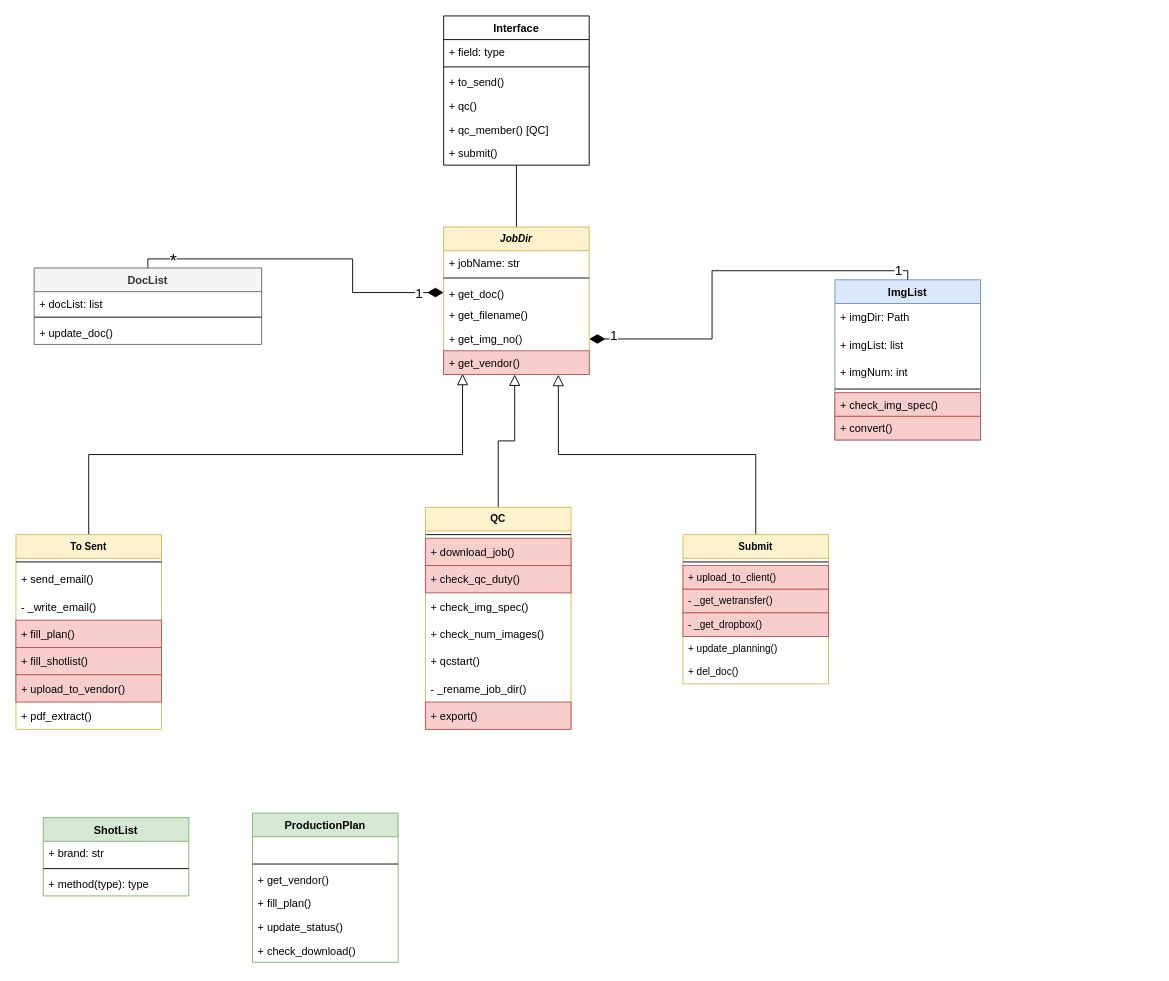
The draw.io diagram page "Class Diagram" (1 of 2) of python/IHS Class Diagram.drawio in pugtooone/IHS, before the edit. Source tidied: cells renumbered, new cells numbered last; positions are measured from the earlier drawing's top-left corner, leaving out a move shared by most shapes. Both pictures are drawn from the tidied source at 91%, with x=0, y=0 at pixel (15, 15).
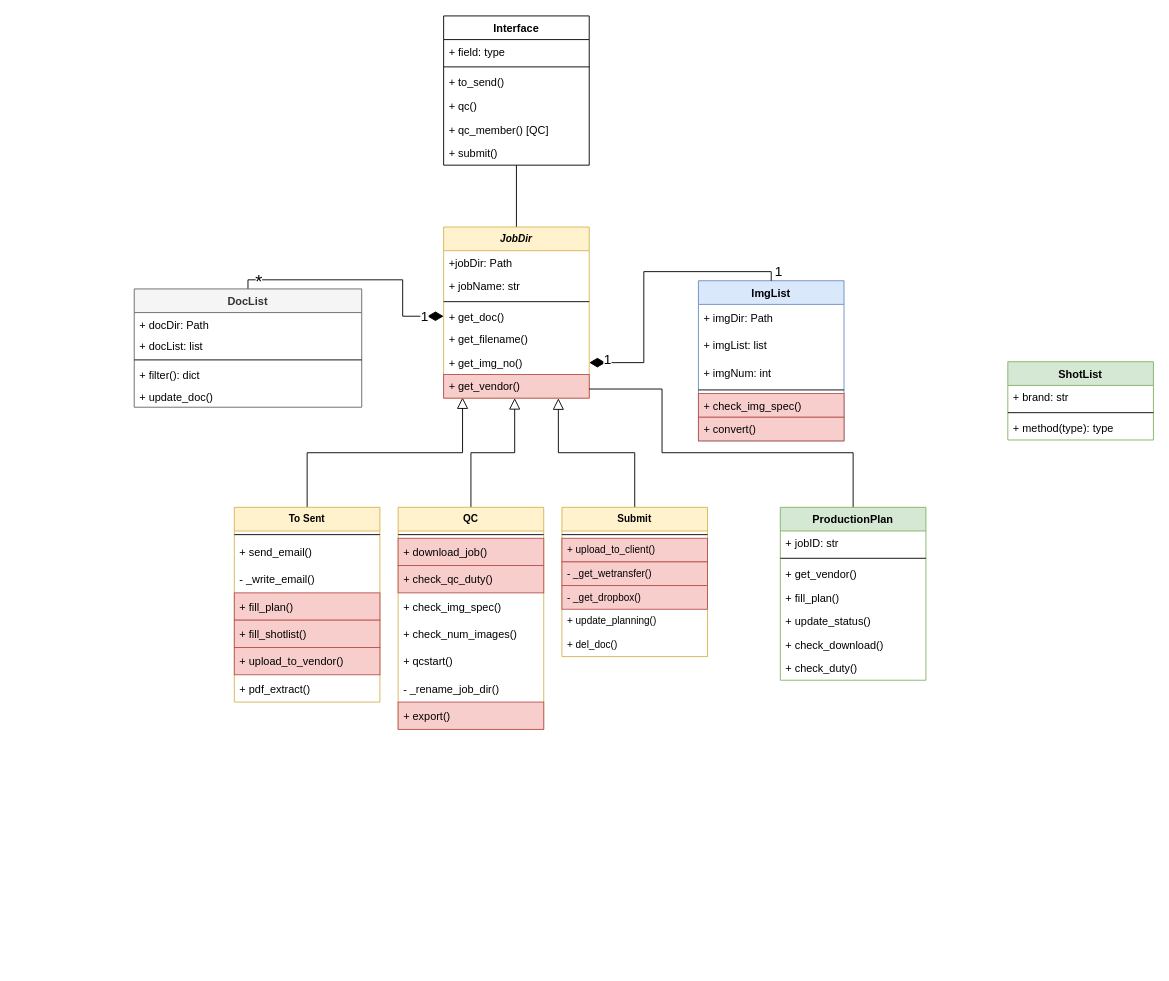
Above is the later version.

The edit, as a diff of the source:
```diff
@@
     <mxCell id="5" value="DocList" style="swimlane;fontStyle=1;align=center;verticalAlign=top;horizontal=1;startSize=26;fillColor=#f5f5f5;strokeColor=#666666;fontColor=#333333;" parent="1" vertex="1">
-      <mxGeometry x="20" y="277" width="250" height="84" as="geometry" />
+      <mxGeometry x="130" y="300" width="250" height="130" as="geometry" />
     </mxCell>
+    <mxCell id="72" value="+ docDir: Path" style="text;strokeColor=none;fillColor=none;align=left;verticalAlign=top;spacingLeft=4;spacingRight=4;overflow=hidden;" parent="5" vertex="1">
+      <mxGeometry y="26" width="250" height="24" as="geometry" />
+    </mxCell>
     <mxCell id="6" value="+ docList: list" style="text;strokeColor=none;fillColor=none;align=left;verticalAlign=top;spacingLeft=4;spacingRight=4;overflow=hidden;" parent="5" vertex="1">
-      <mxGeometry y="26" width="250" height="24" as="geometry" />
+      <mxGeometry y="50" width="250" height="24" as="geometry" />
     </mxCell>
     <mxCell id="7" style="line;strokeWidth=1;fillColor=none;align=left;verticalAlign=middle;spacingTop=-1;spacingLeft=3;spacingRight=3;labelPosition=right;" parent="5" vertex="1">
-      <mxGeometry y="50" width="250" height="8" as="geometry" />
+      <mxGeometry y="74" width="250" height="8" as="geometry" />
     </mxCell>
+    <mxCell id="73" value="+ filter(): dict" style="text;strokeColor=none;fillColor=none;align=left;verticalAlign=top;spacingLeft=4;spacingRight=4;overflow=hidden;" parent="5" vertex="1">
+      <mxGeometry y="82" width="250" height="24" as="geometry" />
+    </mxCell>
     <mxCell id="8" value="+ update_doc()" style="text;strokeColor=none;fillColor=none;align=left;verticalAlign=top;spacingLeft=4;spacingRight=4;overflow=hidden;" parent="5" vertex="1">
-      <mxGeometry y="58" width="250" height="26" as="geometry" />
+      <mxGeometry y="106" width="250" height="24" as="geometry" />
     </mxCell>
     <mxCell id="9" value="ImgList" style="swimlane;fontStyle=1;align=center;verticalAlign=top;horizontal=1;startSize=26;fillColor=#dae8fc;strokeColor=#6c8ebf;" parent="1" vertex="1">
-      <mxGeometry x="900" y="290" width="160" height="176" as="geometry" />
+      <mxGeometry x="750" y="291" width="160" height="176" as="geometry" />
     </mxCell>
@@
     <mxCell id="17" value="QC" style="swimlane;fontStyle=1;align=center;verticalAlign=top;horizontal=1;startSize=26;fontSize=11;fillColor=#fff2cc;strokeColor=#d6b656;" parent="1" vertex="1">
-      <mxGeometry x="450" y="540" width="160" height="244" as="geometry" />
+      <mxGeometry x="420" y="540" width="160" height="244" as="geometry" />
     </mxCell>
@@
     <mxCell id="27" value="To Sent" style="swimlane;fontStyle=1;align=center;verticalAlign=top;horizontal=1;startSize=26;fontSize=11;fillColor=#fff2cc;strokeColor=#d6b656;" parent="1" vertex="1">
-      <mxGeometry y="570" width="160" height="214" as="geometry" />
+      <mxGeometry x="240" y="540" width="160" height="214" as="geometry" />
     </mxCell>
@@
     <mxCell id="36" value="JobDir" style="swimlane;fontStyle=3;align=center;verticalAlign=top;horizontal=1;startSize=26;fontSize=11;fillColor=#fff2cc;strokeColor=#d6b656;" parent="1" vertex="1">
-      <mxGeometry x="470" y="232" width="160" height="162" as="geometry" />
+      <mxGeometry x="470" y="232" width="160" height="188" as="geometry" />
     </mxCell>
+    <mxCell id="74" value="+jobDir: Path" style="text;strokeColor=none;fillColor=none;align=left;verticalAlign=top;spacingLeft=4;spacingRight=4;overflow=hidden;fontSize=12;" parent="36" vertex="1">
+      <mxGeometry y="26" width="160" height="26" as="geometry" />
+    </mxCell>
     <mxCell id="37" value="+ jobName: str" style="text;strokeColor=none;fillColor=none;align=left;verticalAlign=top;spacingLeft=4;spacingRight=4;overflow=hidden;fontSize=12;" parent="36" vertex="1">
-      <mxGeometry y="26" width="160" height="26" as="geometry" />
+      <mxGeometry y="52" width="160" height="26" as="geometry" />
     </mxCell>
     <mxCell id="38" style="line;strokeWidth=1;fillColor=none;align=left;verticalAlign=middle;spacingTop=-1;spacingLeft=3;spacingRight=3;labelPosition=right;fontSize=11;" parent="36" vertex="1">
-      <mxGeometry y="52" width="160" height="8" as="geometry" />
+      <mxGeometry y="78" width="160" height="8" as="geometry" />
     </mxCell>
     <mxCell id="39" value="+ get_doc()" style="text;strokeColor=none;fillColor=none;align=left;verticalAlign=top;spacingLeft=4;spacingRight=4;overflow=hidden;points=[[0,0.5],[1,0.5]];portConstraint=eastwest;fontSize=12;" parent="36" vertex="1">
-      <mxGeometry y="60" width="160" height="24" as="geometry" />
+      <mxGeometry y="86" width="160" height="24" as="geometry" />
     </mxCell>
     <mxCell id="40" value="+ get_filename()" style="text;strokeColor=none;fillColor=none;align=left;verticalAlign=top;spacingLeft=4;spacingRight=4;overflow=hidden;fontSize=12;" parent="36" vertex="1">
-      <mxGeometry y="84" width="160" height="26" as="geometry" />
+      <mxGeometry y="110" width="160" height="26" as="geometry" />
     </mxCell>
     <mxCell id="41" value="+ get_img_no()" style="text;strokeColor=none;fillColor=none;align=left;verticalAlign=top;spacingLeft=4;spacingRight=4;overflow=hidden;points=[[0,0.5],[1,0.5]];portConstraint=eastwest;fontSize=12;" parent="36" vertex="1">
-      <mxGeometry y="110" width="160" height="26" as="geometry" />
+      <mxGeometry y="136" width="160" height="26" as="geometry" />
     </mxCell>
     <mxCell id="42" value="+ get_vendor()" style="text;strokeColor=#b85450;fillColor=#f8cecc;align=left;verticalAlign=top;spacingLeft=4;spacingRight=4;overflow=hidden;points=[[0,0.5],[1,0.5]];portConstraint=eastwest;fontSize=12;" parent="36" vertex="1">
-      <mxGeometry y="136" width="160" height="26" as="geometry" />
+      <mxGeometry y="162" width="160" height="26" as="geometry" />
     </mxCell>
@@
     <mxCell id="44" value="Submit" style="swimlane;fontStyle=1;align=center;verticalAlign=top;horizontal=1;startSize=26;fontSize=11;fillColor=#fff2cc;strokeColor=#d6b656;" parent="1" vertex="1">
-      <mxGeometry x="733" y="570" width="160" height="164" as="geometry" />
+      <mxGeometry x="600" y="540" width="160" height="164" as="geometry" />
     </mxCell>
@@
+    <mxCell id="75" style="edgeStyle=orthogonalEdgeStyle;rounded=0;jettySize=auto;html=1;exitX=0.5;exitY=0;exitDx=0;exitDy=0;endArrow=none;endFill=0;" parent="1" edge="1" source="58">
+      <mxGeometry relative="1" as="geometry">
+        <mxPoint x="630" y="410" as="targetPoint" />
+        <Array as="points">
+          <mxPoint x="920" y="480" />
+          <mxPoint x="710" y="480" />
+          <mxPoint x="710" y="410" />
+        </Array>
+      </mxGeometry>
+    </mxCell>
     <mxCell id="58" value="ProductionPlan" style="swimlane;fontStyle=1;align=center;verticalAlign=top;horizontal=1;startSize=26;fillColor=#d5e8d4;strokeColor=#82b366;" parent="1" vertex="1">
-      <mxGeometry x="260" y="876" width="160" height="164" as="geometry" />
+      <mxGeometry x="840" y="540" width="160" height="190" as="geometry" />
     </mxCell>
-    <mxCell id="59" style="text;strokeColor=none;fillColor=none;align=left;verticalAlign=top;spacingLeft=4;spacingRight=4;overflow=hidden;" parent="58" vertex="1">
+    <mxCell id="59" value="+ jobID: str" style="text;strokeColor=none;fillColor=none;align=left;verticalAlign=top;spacingLeft=4;spacingRight=4;overflow=hidden;" parent="58" vertex="1">
       <mxGeometry y="26" width="160" height="26" as="geometry" />
     </mxCell>
@@
+    <mxCell id="76" value="+ check_duty()" style="text;strokeColor=none;fillColor=none;align=left;verticalAlign=top;spacingLeft=4;spacingRight=4;overflow=hidden;" parent="58" vertex="1">
+      <mxGeometry y="164" width="160" height="26" as="geometry" />
+    </mxCell>
@@
     <mxCell id="68" value="ShotList" style="swimlane;fontStyle=1;align=center;verticalAlign=top;horizontal=1;startSize=26;fontSize=12;fillColor=#d5e8d4;strokeColor=#82b366;" parent="1" vertex="1">
-      <mxGeometry x="30" y="881" width="160" height="86" as="geometry" />
+      <mxGeometry x="1090" y="380" width="160" height="86" as="geometry" />
     </mxCell>
```
